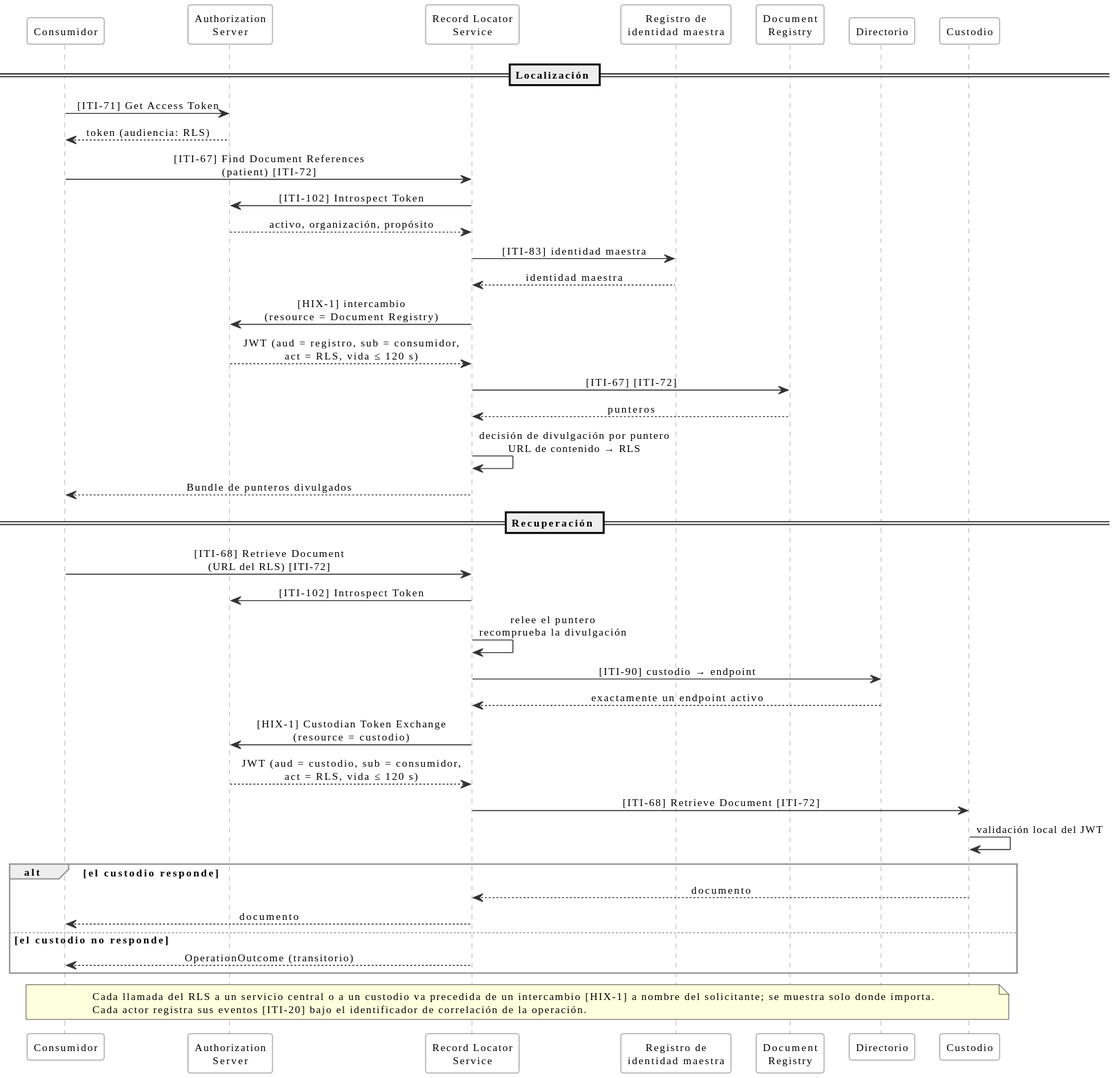
Before: input/images/hix-flujo-localizacion.svg, a diagram exported from PlantUML (meddyg/HIX).
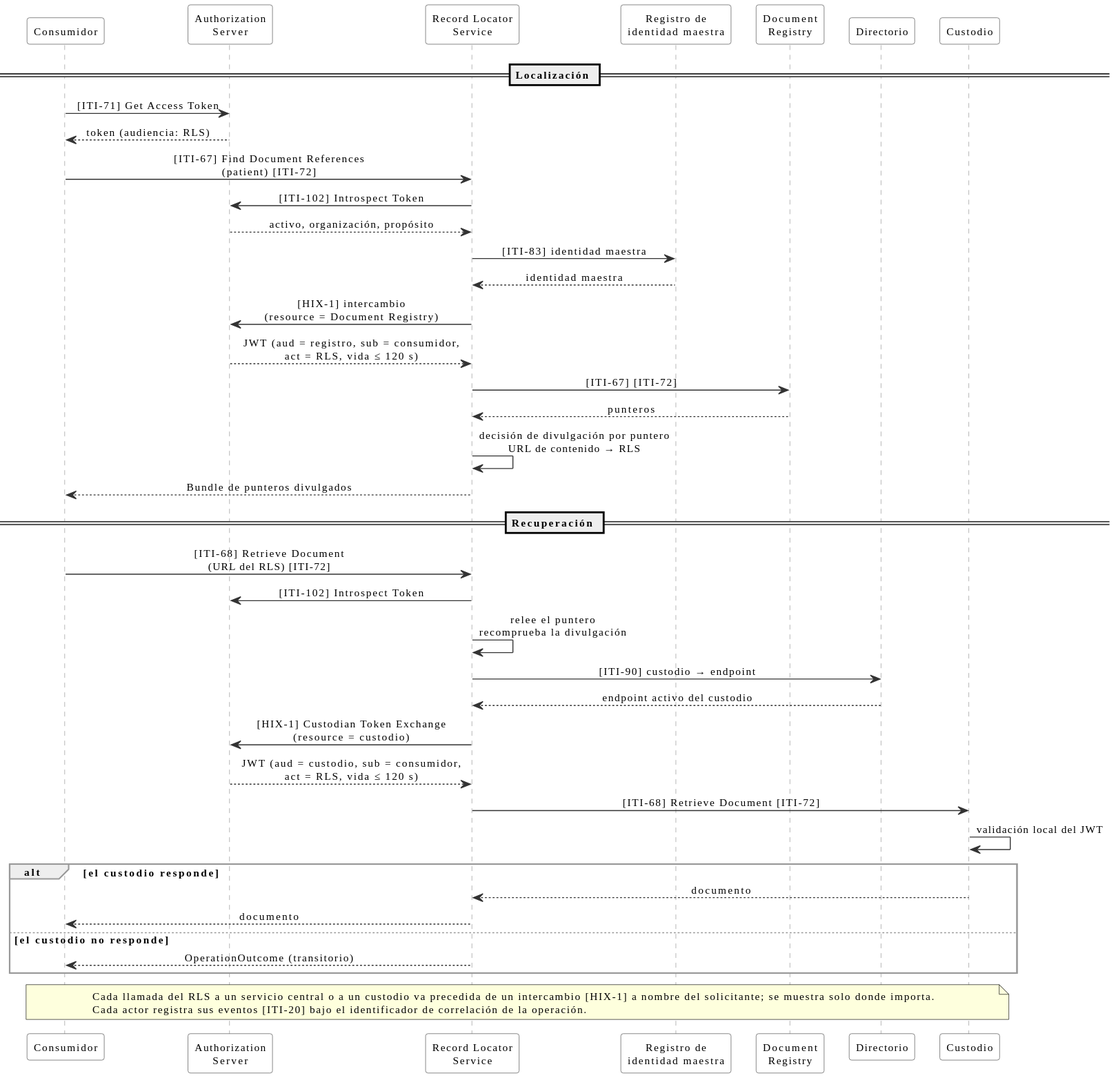
After the change.

Diff of the diagram source:
```diff
@@ -40,7 +40,7 @@
 RLS -> AS : [ITI-102] Introspect Token
 RLS -> RLS : relee el puntero\nrecomprueba la divulgación
 RLS -> DIR : [ITI-90] custodio → endpoint
-DIR --> RLS : exactamente un endpoint activo
+DIR --> RLS : endpoint activo del custodio
 RLS -> AS : [HIX-1] Custodian Token Exchange\n(resource = custodio)
 AS --> RLS : JWT (aud = custodio, sub = consumidor,\nact = RLS, vida ≤ 120 s)
 RLS -> K : [ITI-68] Retrieve Document [ITI-72]
```
